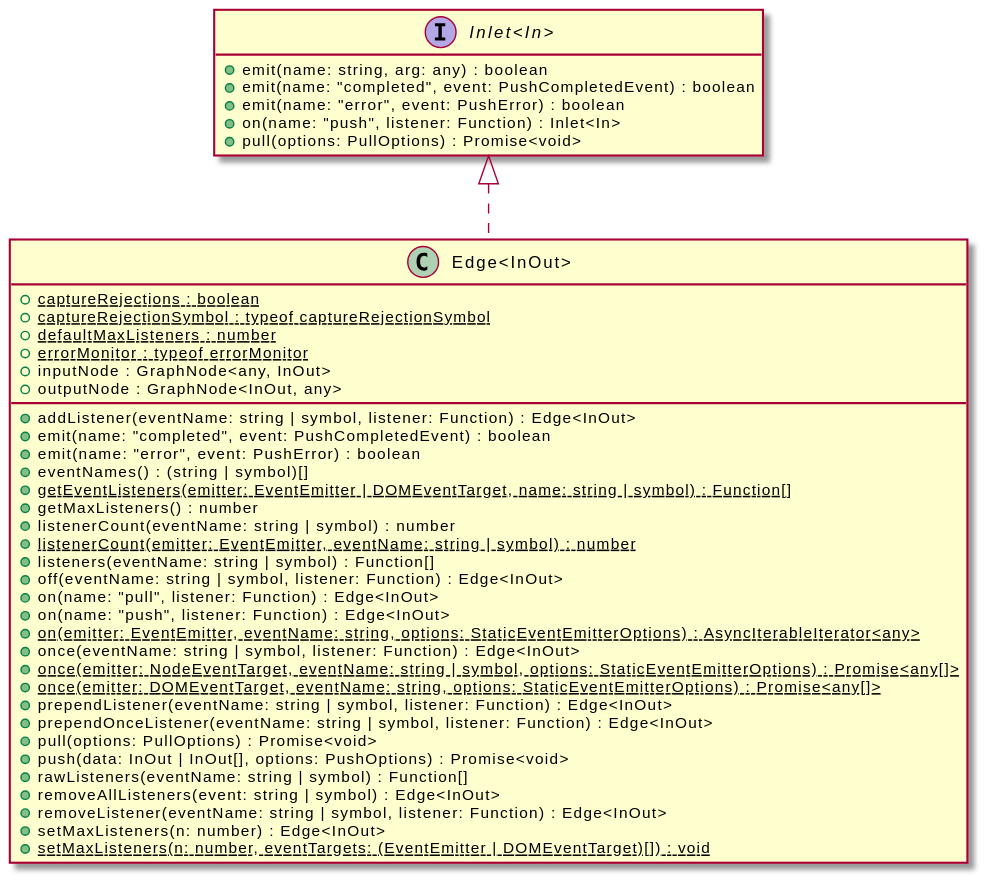
Above: assets/Inlet-umlClassDiagram-308.svg in OpenHPS/openhps-core (PlantUML), before the change.
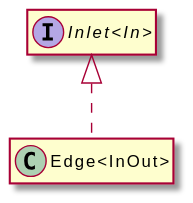
The same diagram one commit later.

What changed in the source:
```diff
@@ -3,44 +3,8 @@
 hide empty methods
 hide empty fields
 interface "Inlet<In>" {
-    +emit(name: string, arg: any) : boolean
-    +emit(name: "completed", event: PushCompletedEvent) : boolean
-    +emit(name: "error", event: PushError) : boolean
-    +on(name: "push", listener: Function) : Inlet<In>
-    +pull(options: PullOptions) : Promise<void>
 }
 class "Edge<InOut>" {
-    {static} +captureRejections : boolean
-    {static} +captureRejectionSymbol : typeof captureRejectionSymbol
-    {static} +defaultMaxListeners : number
-    {static} +errorMonitor : typeof errorMonitor
-    +inputNode : GraphNode<any, InOut>
-    +outputNode : GraphNode<InOut, any>
-    +addListener(eventName: string | symbol, listener: Function) : Edge<InOut>
-    +emit(name: "completed", event: PushCompletedEvent) : boolean
-    +emit(name: "error", event: PushError) : boolean
-    +eventNames() : (string | symbol)[]
-    {static} +getEventListeners(emitter: EventEmitter | DOMEventTarget, name: string | symbol) : Function[]
-    +getMaxListeners() : number
-    +listenerCount(eventName: string | symbol) : number
-    {static} +listenerCount(emitter: EventEmitter, eventName: string | symbol) : number
-    +listeners(eventName: string | symbol) : Function[]
-    +off(eventName: string | symbol, listener: Function) : Edge<InOut>
-    +on(name: "pull", listener: Function) : Edge<InOut>
-    +on(name: "push", listener: Function) : Edge<InOut>
-    {static} +on(emitter: EventEmitter, eventName: string, options: StaticEventEmitterOptions) : AsyncIterableIterator<any>
-    +once(eventName: string | symbol, listener: Function) : Edge<InOut>
-    {static} +once(emitter: NodeEventTarget, eventName: string | symbol, options: StaticEventEmitterOptions) : Promise<any[]>
-    {static} +once(emitter: DOMEventTarget, eventName: string, options: StaticEventEmitterOptions) : Promise<any[]>
-    +prependListener(eventName: string | symbol, listener: Function) : Edge<InOut>
-    +prependOnceListener(eventName: string | symbol, listener: Function) : Edge<InOut>
-    +pull(options: PullOptions) : Promise<void>
-    +push(data: InOut | InOut[], options: PushOptions) : Promise<void>
-    +rawListeners(eventName: string | symbol) : Function[]
-    +removeAllListeners(event: string | symbol) : Edge<InOut>
-    +removeListener(eventName: string | symbol, listener: Function) : Edge<InOut>
-    +setMaxListeners(n: number) : Edge<InOut>
-    {static} +setMaxListeners(n: number, eventTargets: (EventEmitter | DOMEventTarget)[]) : void
 }
 "Inlet<In>" <|.. "Edge<InOut>"
 @enduml
```
